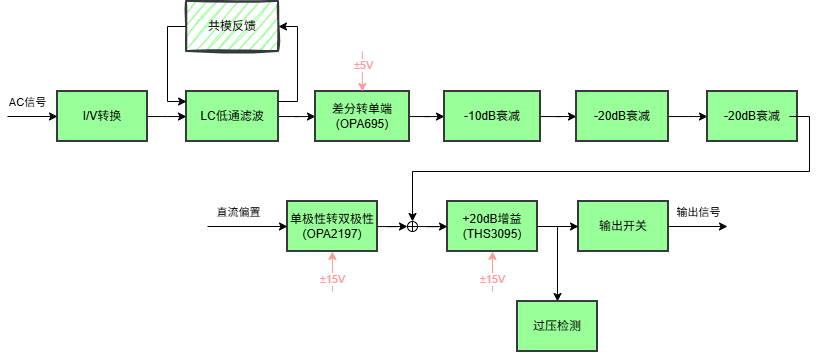
EERNINUO/ArbWave30 keeps this draw.io diagram as docs/pic/模拟前端.drawio.png. Above is the earlier version. Source tidied: cells renumbered, new cells last; positions are measured from the earlier drawing's top-left corner, leaving out a move shared by most shapes.
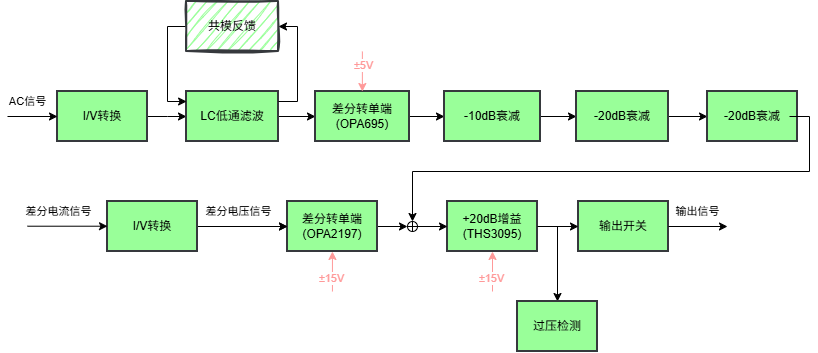
Later version of the same file.

Diff of the diagram source:
```diff
@@ -63,7 +63,7 @@
     <mxCell id="19" style="edgeStyle=orthogonalEdgeStyle;rounded=0;jettySize=auto;html=1;entryX=0;entryY=0.5;entryDx=0;entryDy=0;entryPerimeter=0;" parent="1" edge="1" source="20" target="18">
       <mxGeometry relative="1" as="geometry" />
     </mxCell>
-    <mxCell id="20" value="单极性转双极性&#10;(OPA2197)" style="whiteSpace=wrap;strokeWidth=2;fillColor=#99FF99;strokeColor=#36393d;rotation=0;direction=east;" parent="1" vertex="1">
+    <mxCell id="20" value="差分转单端&#10;(OPA2197)" style="whiteSpace=wrap;strokeWidth=2;fillColor=#99FF99;strokeColor=#36393d;rotation=0;direction=east;" parent="1" vertex="1">
       <mxGeometry x="280" y="200" width="90" height="50" as="geometry" />
     </mxCell>
     <mxCell id="21" style="edgeStyle=orthogonalEdgeStyle;rounded=0;jettySize=auto;html=1;" parent="1" edge="1" target="20">
@@ -71,11 +71,6 @@
         <mxPoint x="200" y="225" as="sourcePoint" />
       </mxGeometry>
     </mxCell>
-    <mxCell id="22" value="直流偏置" style="edgeLabel;html=1;align=center;verticalAlign=middle;" parent="21" vertex="1">
-      <mxGeometry x="-0.81" relative="1" as="geometry">
-        <mxPoint x="23" y="-15" as="offset" />
-      </mxGeometry>
-    </mxCell>
     <mxCell id="23" style="endArrow=classic;html=1;rounded=0;entryX=0;entryY=0.5;entryDx=0;entryDy=0;" parent="1" edge="1" target="3">
       <mxGeometry relative="1" as="geometry">
         <mxPoint y="115" as="sourcePoint" />
@@ -154,5 +149,27 @@
     <mxCell id="37" value="±5V" style="edgeLabel;html=1;align=center;verticalAlign=middle;fontColor=#FF9999;" parent="36" vertex="1">
       <mxGeometry x="-0.33" y="1" relative="1" as="geometry" />
     </mxCell>
+    <mxCell id="38" style="edgeStyle=orthogonalEdgeStyle;rounded=0;jettySize=auto;html=1;" parent="1" edge="1" source="40" target="20">
+      <mxGeometry relative="1" as="geometry" />
+    </mxCell>
+    <mxCell id="39" value="差分电压信号" style="edgeLabel;html=1;align=center;verticalAlign=middle;" parent="38" vertex="1">
+      <mxGeometry x="-0.35" y="-1" relative="1" as="geometry">
+        <mxPoint x="11" y="-16" as="offset" />
+      </mxGeometry>
+    </mxCell>
+    <mxCell id="40" value="I/V转换" style="whiteSpace=wrap;strokeWidth=2;fillColor=#99FF99;strokeColor=#36393d;rotation=0;direction=east;" parent="1" vertex="1">
+      <mxGeometry x="100" y="200" width="90" height="50" as="geometry" />
+    </mxCell>
+    <mxCell id="41" style="edgeStyle=orthogonalEdgeStyle;rounded=0;orthogonalLoop=1;jettySize=auto;html=1;" parent="1" edge="1">
+      <mxGeometry relative="1" as="geometry">
+        <mxPoint x="20" y="224.7" as="sourcePoint" />
+        <mxPoint x="100" y="224.7" as="targetPoint" />
+      </mxGeometry>
+    </mxCell>
+    <mxCell id="42" value="差分电流信号" style="edgeLabel;html=1;align=center;verticalAlign=middle;" parent="41" vertex="1">
+      <mxGeometry x="-0.81" relative="1" as="geometry">
+        <mxPoint x="23" y="-15" as="offset" />
+      </mxGeometry>
+    </mxCell>
   </root>
 </mxGraphModel>
```
